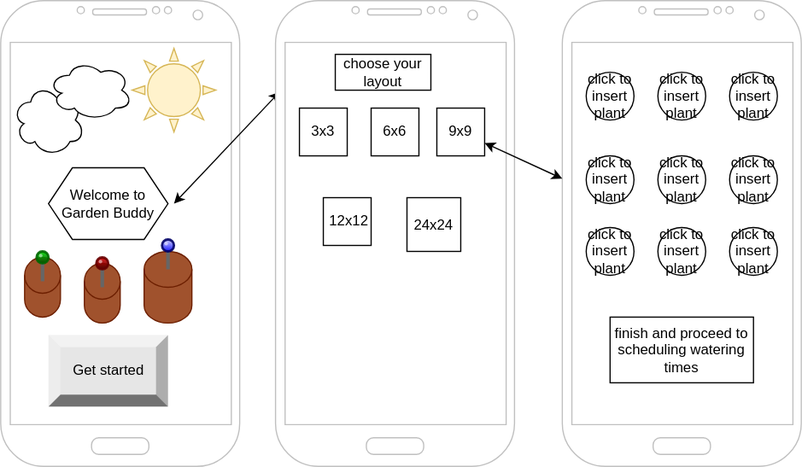
Earlier version of the draw.io export docs/img/wireframe.svg (ddc-java-12/personal-android-project-HDawson-coder). Source tidied: cells renumbered, new cells last; positions are measured from the earlier drawing's top-left corner, leaving out a move shared by most shapes. The source it was exported from:
```xml
<mxGraphModel>
  <root>
    <mxCell id="0" />
    <mxCell id="1" parent="0" />
    <mxCell id="2" style="verticalLabelPosition=bottom;verticalAlign=top;html=1;shadow=0;dashed=0;strokeWidth=1;shape=mxgraph.android.phone2;strokeColor=#c0c0c0;" parent="1" vertex="1">
      <mxGeometry width="200" height="390" as="geometry" />
    </mxCell>
    <mxCell id="3" style="ellipse;shape=cloud;whiteSpace=wrap;html=1;" parent="1" vertex="1">
      <mxGeometry x="10" y="70" width="60" height="60" as="geometry" />
    </mxCell>
    <mxCell id="4" style="ellipse;shape=cloud;whiteSpace=wrap;html=1;" parent="1" vertex="1">
      <mxGeometry x="40" y="50" width="70" height="50" as="geometry" />
    </mxCell>
    <mxCell id="5" style="shape=cylinder3;whiteSpace=wrap;html=1;boundedLbl=1;backgroundOutline=1;size=15;fillColor=#a0522d;strokeColor=#6D1F00;fontColor=#ffffff;" parent="1" vertex="1">
      <mxGeometry x="120" y="210" width="40" height="60" as="geometry" />
    </mxCell>
    <mxCell id="6" style="shape=cylinder3;whiteSpace=wrap;html=1;boundedLbl=1;backgroundOutline=1;size=15;fillColor=#a0522d;strokeColor=#6D1F00;fontColor=#ffffff;" parent="1" vertex="1">
      <mxGeometry x="70" y="220" width="30" height="50" as="geometry" />
    </mxCell>
    <mxCell id="7" style="shape=cylinder3;whiteSpace=wrap;html=1;boundedLbl=1;backgroundOutline=1;size=15;fillColor=#a0522d;strokeColor=#6D1F00;fontColor=#ffffff;" parent="1" vertex="1">
      <mxGeometry x="20" y="215" width="30" height="50" as="geometry" />
    </mxCell>
    <mxCell id="8" style="verticalLabelPosition=bottom;verticalAlign=top;html=1;shape=mxgraph.basic.sun;fillColor=#fff2cc;strokeColor=#d6b656;" parent="1" vertex="1">
      <mxGeometry x="110" y="40" width="70" height="70" as="geometry" />
    </mxCell>
    <mxCell id="9" style="verticalLabelPosition=top;shadow=0;dashed=0;align=center;html=1;verticalAlign=bottom;strokeWidth=1;shape=mxgraph.mockup.misc.pin;fillColor2=#00dd00;fillColor3=#004400;strokeColor=#006600;" parent="1" vertex="1">
      <mxGeometry x="30" y="210" width="10" height="25" as="geometry" />
    </mxCell>
    <mxCell id="10" style="verticalLabelPosition=top;shadow=0;dashed=0;align=center;html=1;verticalAlign=bottom;strokeWidth=1;shape=mxgraph.mockup.misc.pin;fillColor2=#dd0000;fillColor3=#440000;strokeColor=#660000;" parent="1" vertex="1">
      <mxGeometry x="80" y="215" width="10" height="25" as="geometry" />
    </mxCell>
    <mxCell id="11" style="verticalLabelPosition=top;shadow=0;dashed=0;align=center;html=1;verticalAlign=bottom;strokeWidth=1;shape=mxgraph.mockup.misc.pin;fillColor2=#ccccff;fillColor3=#0000ff;strokeColor=#000066;" parent="1" vertex="1">
      <mxGeometry x="135" y="200" width="10" height="25" as="geometry" />
    </mxCell>
    <mxCell id="12" value="Get started" style="labelPosition=center;verticalLabelPosition=middle;align=center;html=1;shape=mxgraph.basic.shaded_button;dx=10;fillColor=#E6E6E6;strokeColor=none;" parent="1" vertex="1">
      <mxGeometry x="40" y="280" width="100" height="60" as="geometry" />
    </mxCell>
    <mxCell id="13" style="endArrow=classic;startArrow=classic;html=1;entryX=0.017;entryY=0.196;entryDx=0;entryDy=0;entryPerimeter=0;" parent="1" edge="1" target="14">
      <mxGeometry relative="1" as="geometry">
        <mxPoint x="145" y="170" as="sourcePoint" />
      </mxGeometry>
    </mxCell>
    <mxCell id="14" style="verticalLabelPosition=bottom;verticalAlign=top;html=1;shadow=0;dashed=0;strokeWidth=1;shape=mxgraph.android.phone2;strokeColor=#c0c0c0;" parent="1" vertex="1">
      <mxGeometry x="230" width="200" height="390" as="geometry" />
    </mxCell>
    <mxCell id="15" value="choose your layout" style="rounded=0;whiteSpace=wrap;html=1;" parent="1" vertex="1">
      <mxGeometry x="280" y="45" width="80" height="30" as="geometry" />
    </mxCell>
    <mxCell id="16" value="3x3" style="whiteSpace=wrap;html=1;" parent="1" vertex="1">
      <mxGeometry x="250" y="90" width="40" height="40" as="geometry" />
    </mxCell>
    <mxCell id="17" value="6x6" style="whiteSpace=wrap;html=1;" parent="1" vertex="1">
      <mxGeometry x="310" y="90" width="40" height="40" as="geometry" />
    </mxCell>
    <mxCell id="18" value="&lt;div&gt;&lt;span&gt;12x12&lt;/span&gt;&lt;/div&gt;" style="whiteSpace=wrap;html=1;align=right;" parent="1" vertex="1">
      <mxGeometry x="270" y="165" width="40" height="40" as="geometry" />
    </mxCell>
    <mxCell id="19" value="24x24" style="whiteSpace=wrap;html=1;" parent="1" vertex="1">
      <mxGeometry x="340" y="165" width="45" height="45" as="geometry" />
    </mxCell>
    <mxCell id="20" style="verticalLabelPosition=bottom;verticalAlign=top;html=1;shadow=0;dashed=0;strokeWidth=1;shape=mxgraph.android.phone2;strokeColor=#c0c0c0;" parent="1" vertex="1">
      <mxGeometry x="470" width="200" height="390" as="geometry" />
    </mxCell>
    <mxCell id="21" style="endArrow=classic;startArrow=classic;html=1;" parent="1" edge="1" source="20" target="31">
      <mxGeometry relative="1" as="geometry" />
    </mxCell>
    <mxCell id="22" value="click to insert plant" style="ellipse;whiteSpace=wrap;html=1;" parent="1" vertex="1">
      <mxGeometry x="490" y="60" width="40" height="40" as="geometry" />
    </mxCell>
    <mxCell id="23" value="click to insert plant" style="ellipse;whiteSpace=wrap;html=1;" parent="1" vertex="1">
      <mxGeometry x="550" y="60" width="40" height="40" as="geometry" />
    </mxCell>
    <mxCell id="24" value="click to insert plant" style="ellipse;whiteSpace=wrap;html=1;" parent="1" vertex="1">
      <mxGeometry x="610" y="60" width="40" height="40" as="geometry" />
    </mxCell>
    <mxCell id="25" value="click to insert plant" style="ellipse;whiteSpace=wrap;html=1;" parent="1" vertex="1">
      <mxGeometry x="490" y="130" width="40" height="40" as="geometry" />
    </mxCell>
    <mxCell id="26" value="click to insert plant" style="ellipse;whiteSpace=wrap;html=1;" parent="1" vertex="1">
      <mxGeometry x="550" y="130" width="40" height="40" as="geometry" />
    </mxCell>
    <mxCell id="27" value="click to insert plant" style="ellipse;whiteSpace=wrap;html=1;" parent="1" vertex="1">
      <mxGeometry x="610" y="130" width="40" height="40" as="geometry" />
    </mxCell>
    <mxCell id="28" value="click to insert plant" style="ellipse;whiteSpace=wrap;html=1;" parent="1" vertex="1">
      <mxGeometry x="610" y="190" width="40" height="40" as="geometry" />
    </mxCell>
    <mxCell id="29" value="click to insert plant" style="ellipse;whiteSpace=wrap;html=1;" parent="1" vertex="1">
      <mxGeometry x="550" y="190" width="40" height="40" as="geometry" />
    </mxCell>
    <mxCell id="30" value="click to insert plant" style="ellipse;whiteSpace=wrap;html=1;" parent="1" vertex="1">
      <mxGeometry x="490" y="190" width="40" height="40" as="geometry" />
    </mxCell>
    <mxCell id="31" value="9x9" style="whiteSpace=wrap;html=1;" parent="1" vertex="1">
      <mxGeometry x="365" y="90" width="40" height="40" as="geometry" />
    </mxCell>
    <mxCell id="32" value="finish and proceed to scheduling watering times" style="rounded=0;whiteSpace=wrap;html=1;" parent="1" vertex="1">
      <mxGeometry x="510" y="265" width="120" height="55" as="geometry" />
    </mxCell>
    <mxCell id="33" value="Welcome to Garden Buddy" style="shape=hexagon;perimeter=hexagonPerimeter2;whiteSpace=wrap;html=1;fixedSize=1;" parent="1" vertex="1">
      <mxGeometry x="40" y="140" width="100" height="60" as="geometry" />
    </mxCell>
  </root>
</mxGraphModel>
```
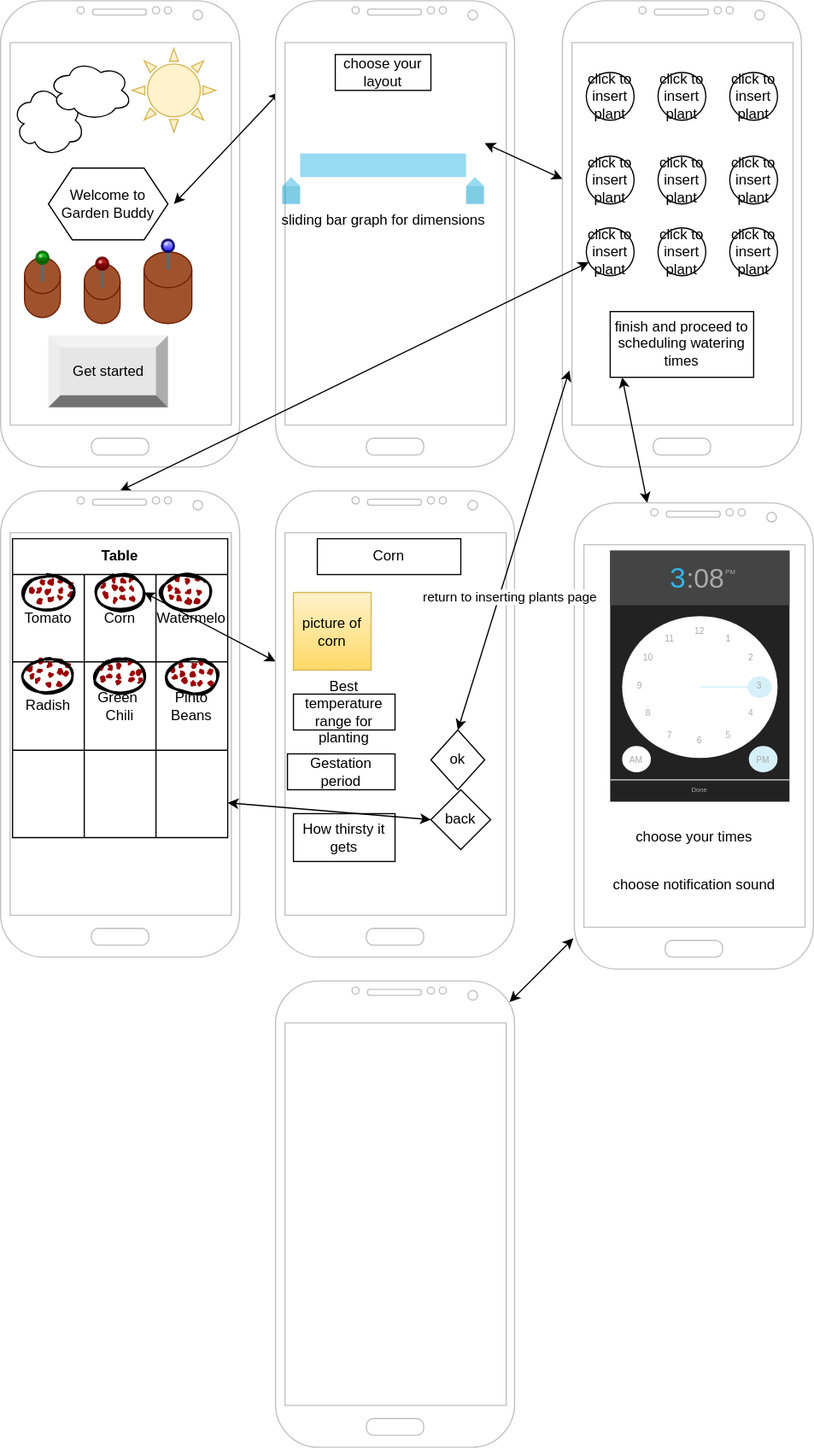
After the change.

Commit message:
updated with newer wireframe.

Diff of the diagram source:
```diff
@@ -35,35 +35,25 @@
     <mxCell id="12" value="Get started" style="labelPosition=center;verticalLabelPosition=middle;align=center;html=1;shape=mxgraph.basic.shaded_button;dx=10;fillColor=#E6E6E6;strokeColor=none;" parent="1" vertex="1">
       <mxGeometry x="40" y="280" width="100" height="60" as="geometry" />
     </mxCell>
-    <mxCell id="13" style="endArrow=classic;startArrow=classic;html=1;entryX=0.017;entryY=0.196;entryDx=0;entryDy=0;entryPerimeter=0;" parent="1" edge="1" target="14">
-      <mxGeometry relative="1" as="geometry">
-        <mxPoint x="145" y="170" as="sourcePoint" />
-      </mxGeometry>
-    </mxCell>
+    <mxCell id="34" style="endArrow=classic;startArrow=classic;html=1;entryX=0.017;entryY=0.196;entryDx=0;entryDy=0;entryPerimeter=0;" parent="1" edge="1" target="14">
+      <mxGeometry relative="1" as="geometry">
+        <mxPoint x="145" y="170" as="sourcePoint" />
+      </mxGeometry>
+    </mxCell>
     <mxCell id="14" style="verticalLabelPosition=bottom;verticalAlign=top;html=1;shadow=0;dashed=0;strokeWidth=1;shape=mxgraph.android.phone2;strokeColor=#c0c0c0;" parent="1" vertex="1">
       <mxGeometry x="230" width="200" height="390" as="geometry" />
     </mxCell>
     <mxCell id="15" value="choose your layout" style="rounded=0;whiteSpace=wrap;html=1;" parent="1" vertex="1">
       <mxGeometry x="280" y="45" width="80" height="30" as="geometry" />
     </mxCell>
-    <mxCell id="16" value="3x3" style="whiteSpace=wrap;html=1;" parent="1" vertex="1">
-      <mxGeometry x="250" y="90" width="40" height="40" as="geometry" />
-    </mxCell>
-    <mxCell id="17" value="6x6" style="whiteSpace=wrap;html=1;" parent="1" vertex="1">
-      <mxGeometry x="310" y="90" width="40" height="40" as="geometry" />
-    </mxCell>
-    <mxCell id="18" value="&lt;div&gt;&lt;span&gt;12x12&lt;/span&gt;&lt;/div&gt;" style="whiteSpace=wrap;html=1;align=right;" parent="1" vertex="1">
-      <mxGeometry x="270" y="165" width="40" height="40" as="geometry" />
-    </mxCell>
-    <mxCell id="19" value="24x24" style="whiteSpace=wrap;html=1;" parent="1" vertex="1">
-      <mxGeometry x="340" y="165" width="45" height="45" as="geometry" />
-    </mxCell>
     <mxCell id="20" style="verticalLabelPosition=bottom;verticalAlign=top;html=1;shadow=0;dashed=0;strokeWidth=1;shape=mxgraph.android.phone2;strokeColor=#c0c0c0;" parent="1" vertex="1">
       <mxGeometry x="470" width="200" height="390" as="geometry" />
     </mxCell>
-    <mxCell id="21" style="endArrow=classic;startArrow=classic;html=1;" parent="1" edge="1" source="20" target="31">
-      <mxGeometry relative="1" as="geometry" />
-    </mxCell>
+    <mxCell id="35" style="endArrow=classic;startArrow=classic;html=1;" parent="1" edge="1" source="20">
+      <mxGeometry relative="1" as="geometry">
+        <mxPoint x="405" y="119.2" as="targetPoint" />
+      </mxGeometry>
+    </mxCell>
     <mxCell id="22" value="click to insert plant" style="ellipse;whiteSpace=wrap;html=1;" parent="1" vertex="1">
       <mxGeometry x="490" y="60" width="40" height="40" as="geometry" />
     </mxCell>
@@ -91,14 +81,136 @@
     <mxCell id="30" value="click to insert plant" style="ellipse;whiteSpace=wrap;html=1;" parent="1" vertex="1">
       <mxGeometry x="490" y="190" width="40" height="40" as="geometry" />
     </mxCell>
-    <mxCell id="31" value="9x9" style="whiteSpace=wrap;html=1;" parent="1" vertex="1">
-      <mxGeometry x="365" y="90" width="40" height="40" as="geometry" />
-    </mxCell>
     <mxCell id="32" value="finish and proceed to scheduling watering times" style="rounded=0;whiteSpace=wrap;html=1;" parent="1" vertex="1">
-      <mxGeometry x="510" y="265" width="120" height="55" as="geometry" />
+      <mxGeometry x="510" y="260" width="120" height="55" as="geometry" />
     </mxCell>
     <mxCell id="33" value="Welcome to Garden Buddy" style="shape=hexagon;perimeter=hexagonPerimeter2;whiteSpace=wrap;html=1;fixedSize=1;" parent="1" vertex="1">
       <mxGeometry x="40" y="140" width="100" height="60" as="geometry" />
     </mxCell>
+    <mxCell id="36" style="endArrow=classic;startArrow=classic;html=1;" parent="1" edge="1" target="30">
+      <mxGeometry relative="1" as="geometry">
+        <mxPoint x="100" y="410" as="sourcePoint" />
+      </mxGeometry>
+    </mxCell>
+    <mxCell id="37" style="verticalLabelPosition=bottom;verticalAlign=top;html=1;shadow=0;dashed=0;strokeWidth=1;shape=mxgraph.android.phone2;strokeColor=#c0c0c0;" parent="1" vertex="1">
+      <mxGeometry y="410" width="200" height="390" as="geometry" />
+    </mxCell>
+    <mxCell id="38" value="Table" style="shape=table;html=1;whiteSpace=wrap;startSize=30;fontStyle=1;align=center;" parent="1" vertex="1">
+      <mxGeometry x="10" y="450" width="180" height="250" as="geometry" />
+    </mxCell>
+    <mxCell id="39" style="shape=partialRectangle;html=1;whiteSpace=wrap;fillColor=none;top=0;left=0;bottom=0;right=0;" parent="38" vertex="1">
+      <mxGeometry y="30" width="180" height="73" as="geometry" />
+    </mxCell>
+    <mxCell id="40" value="Tomato" style="shape=partialRectangle;html=1;whiteSpace=wrap;fillColor=none;top=0;left=0;bottom=0;right=0;overflow=hidden;" parent="39" vertex="1">
+      <mxGeometry width="60" height="73" as="geometry" />
+    </mxCell>
+    <mxCell id="41" value="Corn" style="shape=partialRectangle;html=1;whiteSpace=wrap;fillColor=none;top=0;left=0;bottom=0;right=0;overflow=hidden;" parent="39" vertex="1">
+      <mxGeometry x="60" width="60" height="73" as="geometry" />
+    </mxCell>
+    <mxCell id="42" value="Watermelon" style="shape=partialRectangle;html=1;whiteSpace=wrap;fillColor=none;top=0;left=0;bottom=0;right=0;overflow=hidden;" parent="39" vertex="1">
+      <mxGeometry x="120" width="60" height="73" as="geometry" />
+    </mxCell>
+    <mxCell id="43" style="shape=partialRectangle;html=1;whiteSpace=wrap;fillColor=none;top=0;left=0;bottom=0;right=0;" parent="38" vertex="1">
+      <mxGeometry y="103" width="180" height="74" as="geometry" />
+    </mxCell>
+    <mxCell id="44" value="Radish" style="shape=partialRectangle;html=1;whiteSpace=wrap;fillColor=none;top=0;left=0;bottom=0;right=0;overflow=hidden;" parent="43" vertex="1">
+      <mxGeometry width="60" height="74" as="geometry" />
+    </mxCell>
+    <mxCell id="45" value="Green&amp;nbsp;&lt;br&gt;Chili" style="shape=partialRectangle;html=1;whiteSpace=wrap;fillColor=none;top=0;left=0;bottom=0;right=0;overflow=hidden;" parent="43" vertex="1">
+      <mxGeometry x="60" width="60" height="74" as="geometry" />
+    </mxCell>
+    <mxCell id="46" value="Pinto&lt;br&gt;Beans" style="shape=partialRectangle;html=1;whiteSpace=wrap;fillColor=none;top=0;left=0;bottom=0;right=0;overflow=hidden;" parent="43" vertex="1">
+      <mxGeometry x="120" width="60" height="74" as="geometry" />
+    </mxCell>
+    <mxCell id="47" style="shape=partialRectangle;html=1;whiteSpace=wrap;fillColor=none;top=0;left=0;bottom=0;right=0;points=[[0,0.5],[1,0.5]];portConstraint=eastwest;" parent="38" vertex="1">
+      <mxGeometry y="177" width="180" height="73" as="geometry" />
+    </mxCell>
+    <mxCell id="48" style="shape=partialRectangle;html=1;whiteSpace=wrap;fillColor=none;top=0;left=0;bottom=0;right=0;overflow=hidden;" parent="47" vertex="1">
+      <mxGeometry width="60" height="73" as="geometry" />
+    </mxCell>
+    <mxCell id="49" style="shape=partialRectangle;html=1;whiteSpace=wrap;fillColor=none;top=0;left=0;bottom=0;right=0;overflow=hidden;" parent="47" vertex="1">
+      <mxGeometry x="60" width="60" height="73" as="geometry" />
+    </mxCell>
+    <mxCell id="50" style="shape=partialRectangle;html=1;whiteSpace=wrap;fillColor=none;top=0;left=0;bottom=0;right=0;overflow=hidden;" parent="47" vertex="1">
+      <mxGeometry x="120" width="60" height="73" as="geometry" />
+    </mxCell>
+    <mxCell id="51" style="ellipse;whiteSpace=wrap;html=1;strokeWidth=2;fillWeight=2;hachureGap=8;fillColor=#990000;fillStyle=dots;sketch=1;" parent="1" vertex="1">
+      <mxGeometry x="20" y="480" width="40" height="30" as="geometry" />
+    </mxCell>
+    <mxCell id="52" style="ellipse;whiteSpace=wrap;html=1;strokeWidth=2;fillWeight=2;hachureGap=8;fillColor=#990000;fillStyle=dots;sketch=1;" parent="1" vertex="1">
+      <mxGeometry x="20" y="550" width="40" height="30" as="geometry" />
+    </mxCell>
+    <mxCell id="53" style="ellipse;whiteSpace=wrap;html=1;strokeWidth=2;fillWeight=2;hachureGap=8;fillColor=#990000;fillStyle=dots;sketch=1;" parent="1" vertex="1">
+      <mxGeometry x="80" y="480" width="40" height="30" as="geometry" />
+    </mxCell>
+    <mxCell id="54" style="ellipse;whiteSpace=wrap;html=1;strokeWidth=2;fillWeight=2;hachureGap=8;fillColor=#990000;fillStyle=dots;sketch=1;" parent="1" vertex="1">
+      <mxGeometry x="135" y="480" width="40" height="30" as="geometry" />
+    </mxCell>
+    <mxCell id="55" style="ellipse;whiteSpace=wrap;html=1;strokeWidth=2;fillWeight=2;hachureGap=8;fillColor=#990000;fillStyle=dots;sketch=1;" parent="1" vertex="1">
+      <mxGeometry x="80" y="550" width="40" height="30" as="geometry" />
+    </mxCell>
+    <mxCell id="56" style="ellipse;whiteSpace=wrap;html=1;strokeWidth=2;fillWeight=2;hachureGap=8;fillColor=#990000;fillStyle=dots;sketch=1;" parent="1" vertex="1">
+      <mxGeometry x="140" y="550" width="40" height="30" as="geometry" />
+    </mxCell>
+    <mxCell id="57" style="endArrow=classic;startArrow=classic;html=1;exitX=1;exitY=0.5;exitDx=0;exitDy=0;" parent="1" edge="1" source="53" target="58">
+      <mxGeometry relative="1" as="geometry" />
+    </mxCell>
+    <mxCell id="58" style="verticalLabelPosition=bottom;verticalAlign=top;html=1;shadow=0;dashed=0;strokeWidth=1;shape=mxgraph.android.phone2;strokeColor=#c0c0c0;" parent="1" vertex="1">
+      <mxGeometry x="230" y="410" width="200" height="390" as="geometry" />
+    </mxCell>
+    <mxCell id="59" value="Corn" style="rounded=0;whiteSpace=wrap;html=1;" parent="1" vertex="1">
+      <mxGeometry x="265" y="450" width="120" height="30" as="geometry" />
+    </mxCell>
+    <mxCell id="60" value="picture of corn" style="whiteSpace=wrap;html=1;fillColor=#fff2cc;strokeColor=#d6b656;gradientColor=#ffd966;" parent="1" vertex="1">
+      <mxGeometry x="245" y="495" width="65" height="65" as="geometry" />
+    </mxCell>
+    <mxCell id="61" value="Best temperature range for planting" style="rounded=0;whiteSpace=wrap;html=1;" parent="1" vertex="1">
+      <mxGeometry x="245" y="580" width="85" height="30" as="geometry" />
+    </mxCell>
+    <mxCell id="62" value="Gestation period" style="rounded=0;whiteSpace=wrap;html=1;" parent="1" vertex="1">
+      <mxGeometry x="240" y="630" width="90" height="30" as="geometry" />
+    </mxCell>
+    <mxCell id="63" value="How thirsty it gets" style="rounded=0;whiteSpace=wrap;html=1;" parent="1" vertex="1">
+      <mxGeometry x="245" y="680" width="85" height="40" as="geometry" />
+    </mxCell>
+    <mxCell id="64" style="endArrow=classic;startArrow=classic;html=1;entryX=0.083;entryY=1;entryDx=0;entryDy=0;entryPerimeter=0;" parent="1" edge="1" source="65" target="32">
+      <mxGeometry relative="1" as="geometry" />
+    </mxCell>
+    <mxCell id="65" style="verticalLabelPosition=bottom;verticalAlign=top;html=1;shadow=0;dashed=0;strokeWidth=1;shape=mxgraph.android.phone2;strokeColor=#c0c0c0;" parent="1" vertex="1">
+      <mxGeometry x="480" y="420" width="200" height="390" as="geometry" />
+    </mxCell>
+    <mxCell id="66" style="verticalLabelPosition=bottom;verticalAlign=top;html=1;shadow=0;dashed=0;strokeWidth=1;shape=mxgraph.android.time_picker_dark;" parent="1" vertex="1">
+      <mxGeometry x="510" y="460" width="150" height="210" as="geometry" />
+    </mxCell>
+    <mxCell id="67" value="sliding bar graph for dimensions" style="verticalLabelPosition=bottom;verticalAlign=top;html=1;shadow=0;dashed=0;strokeWidth=1;shape=mxgraph.android.textSelHandles;fillColor=#33b5e5;strokeColor=#0099cc;" parent="1" vertex="1">
+      <mxGeometry x="235.6" y="127.8" width="168.8" height="42.2" as="geometry" />
+    </mxCell>
+    <mxCell id="68" value="choose your times" style="text;html=1;align=center;verticalAlign=middle;" parent="1" vertex="1">
+      <mxGeometry x="525" y="690" width="110" height="20" as="geometry" />
+    </mxCell>
+    <mxCell id="69" value="choose notification sound" style="text;html=1;align=center;verticalAlign=middle;" parent="1" vertex="1">
+      <mxGeometry x="505" y="730" width="150" height="20" as="geometry" />
+    </mxCell>
+    <mxCell id="70" style="verticalLabelPosition=bottom;verticalAlign=top;html=1;shadow=0;dashed=0;strokeWidth=1;shape=mxgraph.android.phone2;strokeColor=#c0c0c0;" parent="1" vertex="1">
+      <mxGeometry x="230" y="820" width="200" height="390" as="geometry" />
+    </mxCell>
+    <mxCell id="71" style="endArrow=classic;startArrow=classic;html=1;entryX=-0.004;entryY=0.934;entryDx=0;entryDy=0;entryPerimeter=0;exitX=0.979;exitY=0.045;exitDx=0;exitDy=0;exitPerimeter=0;" parent="1" edge="1" source="70" target="65">
+      <mxGeometry relative="1" as="geometry" />
+    </mxCell>
+    <mxCell id="72" style="endArrow=classic;startArrow=classic;html=1;entryX=0.029;entryY=0.793;entryDx=0;entryDy=0;entryPerimeter=0;exitX=0.5;exitY=0;exitDx=0;exitDy=0;" parent="1" edge="1" source="74" target="20">
+      <mxGeometry relative="1" as="geometry" />
+    </mxCell>
+    <mxCell id="73" value="return to inserting plants page" style="edgeLabel;html=1;align=center;verticalAlign=middle;" parent="72" vertex="1">
+      <mxGeometry x="-0.24" y="-8" relative="1" as="geometry" />
+    </mxCell>
+    <mxCell id="74" value="ok" style="rhombus;whiteSpace=wrap;html=1;" parent="1" vertex="1">
+      <mxGeometry x="360" y="610" width="45" height="50" as="geometry" />
+    </mxCell>
+    <mxCell id="75" value="back" style="rhombus;whiteSpace=wrap;html=1;" parent="1" vertex="1">
+      <mxGeometry x="360" y="660" width="50" height="50" as="geometry" />
+    </mxCell>
+    <mxCell id="76" style="endArrow=classic;startArrow=classic;html=1;entryX=0;entryY=0.5;entryDx=0;entryDy=0;" parent="1" edge="1" source="47" target="75">
+      <mxGeometry relative="1" as="geometry" />
+    </mxCell>
   </root>
 </mxGraphModel>
```
